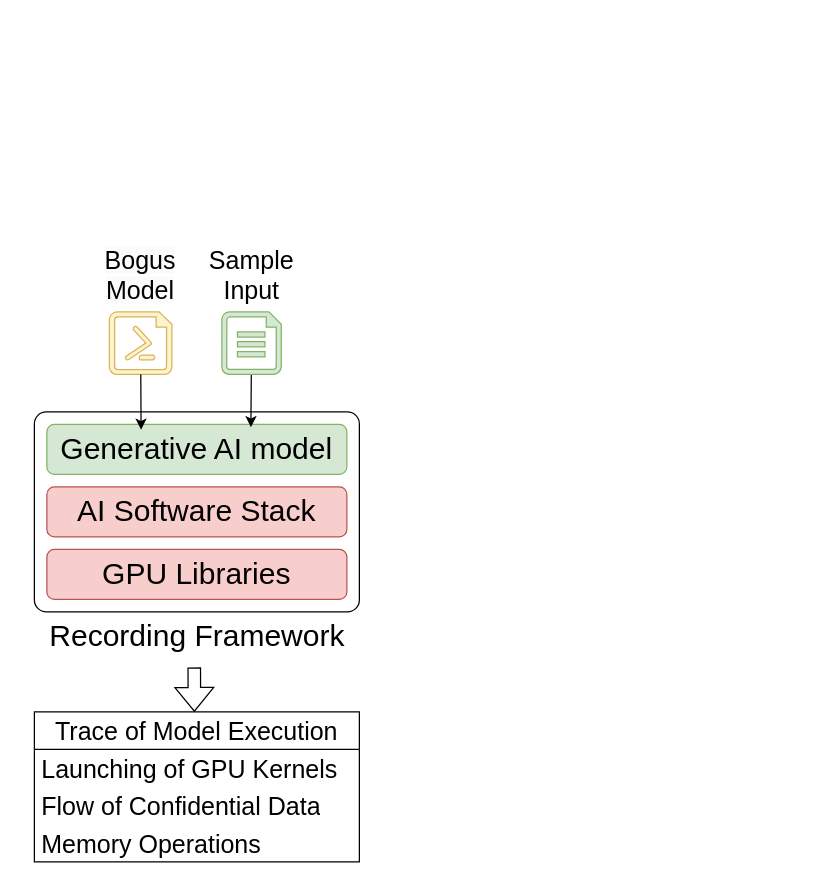
Earlier version of the draw.io diagram page "design" (3 of 3) of ConfidentialComputing/confAI_current.drawio (ya0guang/researches). Source tidied: cells renumbered, new cells numbered last; positions are measured from the earlier drawing's top-left corner, leaving out a move shared by most shapes. Both pictures are drawn from the tidied source at 125%, with x=0, y=0 at pixel (34, 236). Pictures stored in the file or linked from it are replaced by grey dashed boxes.
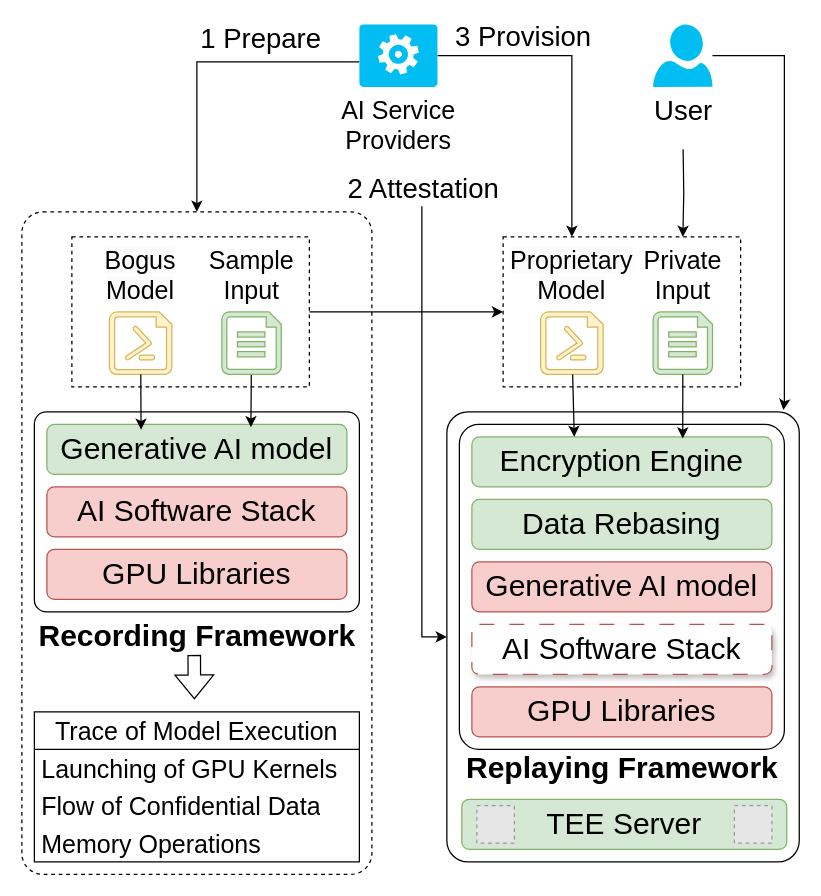
After the change.

What changed in the source:
```diff
@@
+    <mxCell id="20" style="rounded=1;whiteSpace=wrap;html=1;fillColor=none;dashed=1;arcSize=6;" parent="1" vertex="1">
+      <mxGeometry x="-10" y="-20" width="280" height="530" as="geometry" />
+    </mxCell>
+    <mxCell id="21" style="rounded=1;whiteSpace=wrap;html=1;fillColor=none;arcSize=6;" parent="1" vertex="1">
+      <mxGeometry x="330" y="140" width="281.9" height="360" as="geometry" />
+    </mxCell>
+    <mxCell id="22" style="rounded=0;whiteSpace=wrap;html=1;fillColor=none;dashed=1;" parent="1" vertex="1">
+      <mxGeometry x="375" width="190" height="120" as="geometry" />
+    </mxCell>
@@
-    <mxCell id="3" value="&lt;font style=&quot;font-size: 24px;&quot;&gt;Recording Framework&lt;/font&gt;" style="text;html=1;align=center;verticalAlign=middle;points=[];strokeColor=none;fillColor=none;" parent="1" vertex="1">
-      <mxGeometry y="300" width="260" height="40" as="geometry" />
+    <mxCell id="3" value="&lt;font style=&quot;font-size: 24px;&quot;&gt;&lt;b&gt;Recording Framework&lt;/b&gt;&lt;/font&gt;" style="text;html=1;align=center;verticalAlign=middle;points=[];strokeColor=none;fillColor=none;" parent="1" vertex="1">
+      <mxGeometry x="-10" y="300" width="280" height="40" as="geometry" />
     </mxCell>
@@
     <mxCell id="7" style="group;" parent="1" vertex="1">
-      <mxGeometry x="30" width="110" height="110" as="geometry" />
+      <mxGeometry x="30" width="200" height="160" as="geometry" />
     </mxCell>
@@
+    <mxCell id="23" style="rounded=0;whiteSpace=wrap;html=1;fillColor=none;dashed=1;" parent="7" vertex="1">
+      <mxGeometry width="190" height="120" as="geometry" />
+    </mxCell>
@@
-    <mxCell id="15" style="shape=flexArrow;endArrow=classic;html=1;rounded=0;exitX=0.492;exitY=1.11;exitDx=0;exitDy=0;exitPerimeter=0;" parent="1" edge="1" source="3">
+    <mxCell id="15" style="shape=flexArrow;endArrow=classic;html=1;rounded=0;exitX=0.492;exitY=1.11;exitDx=0;exitDy=0;exitPerimeter=0;" parent="1" edge="1">
       <mxGeometry relative="1" as="geometry">
-        <mxPoint x="128" y="380" as="targetPoint" />
+        <mxPoint x="127.9" y="334.4" as="sourcePoint" />
+        <mxPoint x="128" y="370" as="targetPoint" />
       </mxGeometry>
     </mxCell>
@@
+    <mxCell id="24" style="rounded=1;whiteSpace=wrap;html=1;fillColor=none;arcSize=6;" parent="1" vertex="1">
+      <mxGeometry x="340" y="150" width="260" height="260" as="geometry" />
+    </mxCell>
+    <mxCell id="25" value="&lt;font style=&quot;font-size: 24px;&quot;&gt;&lt;b&gt;Replaying Framework&lt;/b&gt;&lt;/font&gt;" style="text;html=1;align=center;verticalAlign=middle;strokeColor=none;fillColor=none;" parent="1" vertex="1">
+      <mxGeometry x="335" y="405" width="270" height="40" as="geometry" />
+    </mxCell>
+    <mxCell id="26" value="&lt;span style=&quot;font-size: 24px;&quot;&gt;AI Software Stack&lt;/span&gt;" style="rounded=1;whiteSpace=wrap;html=1;fillColor=#FFFFFF;strokeColor=#b85450;dashed=1;dashPattern=12 12;shadow=1;" parent="1" vertex="1">
+      <mxGeometry x="350" y="310" width="240" height="40" as="geometry" />
+    </mxCell>
+    <mxCell id="27" value="&lt;font style=&quot;font-size: 24px;&quot;&gt;Encryption Engine&lt;/font&gt;" style="rounded=1;whiteSpace=wrap;html=1;fillColor=#d5e8d4;strokeColor=#82b366;" parent="1" vertex="1">
+      <mxGeometry x="350" y="160" width="240" height="40" as="geometry" />
+    </mxCell>
+    <mxCell id="28" value="&lt;span style=&quot;font-size: 24px;&quot;&gt;GPU Libraries&lt;/span&gt;" style="rounded=1;whiteSpace=wrap;html=1;fillColor=#f8cecc;strokeColor=#b85450;" parent="1" vertex="1">
+      <mxGeometry x="350" y="360" width="240" height="40" as="geometry" />
+    </mxCell>
+    <mxCell id="29" value="&lt;font style=&quot;font-size: 24px;&quot;&gt;Generative AI model&lt;/font&gt;" style="rounded=1;whiteSpace=wrap;html=1;fillColor=#f8cecc;strokeColor=#b85450;" parent="1" vertex="1">
+      <mxGeometry x="350" y="260" width="240" height="40" as="geometry" />
+    </mxCell>
+    <mxCell id="30" style="verticalLabelPosition=bottom;html=1;verticalAlign=top;align=center;strokeColor=#d6b656;fillColor=#fff2cc;shape=mxgraph.azure.powershell_file;" parent="1" vertex="1">
+      <mxGeometry x="405" y="60" width="50" height="50" as="geometry" />
+    </mxCell>
+    <mxCell id="31" value="&lt;font style=&quot;font-size: 20px;&quot;&gt;&lt;span style=&quot;color: rgb(0, 0, 0); font-family: Helvetica; font-style: normal; font-variant-ligatures: normal; font-variant-caps: normal; font-weight: 400; letter-spacing: normal; orphans: 2; text-indent: 0px; text-transform: none; widows: 2; word-spacing: 0px; -webkit-text-stroke-width: 0px; white-space: nowrap; background-color: rgb(251, 251, 251); text-decoration-thickness: initial; text-decoration-style: initial; text-decoration-color: initial; float: none; display: inline !important;&quot;&gt;Proprietary&lt;/span&gt;&lt;br style=&quot;forced-color-adjust: none; color: rgb(0, 0, 0); font-family: Helvetica; font-style: normal; font-variant-ligatures: normal; font-variant-caps: normal; font-weight: 400; letter-spacing: normal; orphans: 2; text-indent: 0px; text-transform: none; widows: 2; word-spacing: 0px; -webkit-text-stroke-width: 0px; white-space: nowrap; background-color: rgb(251, 251, 251); text-decoration-thickness: initial; text-decoration-style: initial; text-decoration-color: initial;&quot;&gt;&lt;span style=&quot;color: rgb(0, 0, 0); font-family: Helvetica; font-style: normal; font-variant-ligatures: normal; font-variant-caps: normal; font-weight: 400; letter-spacing: normal; orphans: 2; text-indent: 0px; text-transform: none; widows: 2; word-spacing: 0px; -webkit-text-stroke-width: 0px; white-space: nowrap; background-color: rgb(251, 251, 251); text-decoration-thickness: initial; text-decoration-style: initial; text-decoration-color: initial; float: none; display: inline !important;&quot;&gt;Model&lt;/span&gt;&lt;/font&gt;" style="text;whiteSpace=wrap;html=1;align=center;" parent="1" vertex="1">
+      <mxGeometry x="375" width="110" height="60" as="geometry" />
+    </mxCell>
+    <mxCell id="32" style="group;" parent="1" vertex="1">
+      <mxGeometry x="468.8" width="100" height="110" as="geometry" />
+    </mxCell>
+    <mxCell id="33" style="verticalLabelPosition=bottom;html=1;verticalAlign=top;align=center;strokeColor=#82b366;fillColor=#d5e8d4;shape=mxgraph.azure.file;" parent="32" vertex="1">
+      <mxGeometry x="26.2" y="60" width="47.5" height="50" as="geometry" />
+    </mxCell>
+    <mxCell id="34" value="&lt;span style=&quot;font-size: 20px; text-wrap: nowrap;&quot;&gt;Private&lt;br&gt;Input&lt;/span&gt;" style="text;whiteSpace=wrap;html=1;align=center;fillColor=none;" parent="32" vertex="1">
+      <mxGeometry width="100" height="50" as="geometry" />
+    </mxCell>
+    <mxCell id="35" value="&lt;span style=&quot;font-size: 24px;&quot;&gt;TEE Server&lt;/span&gt;" style="rounded=1;whiteSpace=wrap;html=1;fillColor=#d5e8d4;strokeColor=#82b366;" parent="1" vertex="1">
+      <mxGeometry x="341.9" y="450" width="260" height="40" as="geometry" />
+    </mxCell>
+    <mxCell id="36" style="fillColor=#E6E6E6;strokeColor=#999999;dashed=1;html=1;verticalLabelPosition=bottom;labelBackgroundColor=#ffffff;verticalAlign=top;" parent="1" vertex="1">
+      <mxGeometry x="354" y="455" width="30" height="30" as="geometry" />
+    </mxCell>
+    <mxCell id="37" style="fillColor=#E6E6E6;strokeColor=#999999;dashed=1;html=1;verticalLabelPosition=bottom;labelBackgroundColor=#ffffff;verticalAlign=top;" parent="1" vertex="1">
+      <mxGeometry x="560" y="455" width="30" height="30" as="geometry" />
+    </mxCell>
+    <mxCell id="38" style="endArrow=classic;html=1;rounded=0;exitX=1;exitY=0.5;exitDx=0;exitDy=0;entryX=0;entryY=1;entryDx=0;entryDy=0;" parent="1" edge="1" source="23" target="31">
+      <mxGeometry relative="1" as="geometry" />
+    </mxCell>
+    <mxCell id="39" style="rounded=0;jettySize=auto;html=1;" parent="1" edge="1" source="30">
+      <mxGeometry relative="1" as="geometry">
+        <mxPoint x="431.9" y="160" as="targetPoint" />
+      </mxGeometry>
+    </mxCell>
+    <mxCell id="40" style="rounded=0;jettySize=auto;html=1;entryX=0.703;entryY=0.033;entryDx=0;entryDy=0;entryPerimeter=0;" parent="1" edge="1" source="33" target="27">
+      <mxGeometry relative="1" as="geometry" />
+    </mxCell>
+    <mxCell id="41" style="edgeStyle=orthogonalEdgeStyle;rounded=0;jettySize=auto;html=1;entryX=0.5;entryY=0;entryDx=0;entryDy=0;" parent="1" edge="1" source="47" target="20">
+      <mxGeometry relative="1" as="geometry">
+        <Array as="points">
+          <mxPoint x="130" y="-140" />
+        </Array>
+      </mxGeometry>
+    </mxCell>
+    <mxCell id="42" value="&lt;font style=&quot;font-size: 22px;&quot;&gt;1 Prepare&lt;/font&gt;" style="edgeLabel;html=1;align=center;verticalAlign=middle;" parent="41" vertex="1">
+      <mxGeometry x="0.38" y="-1" relative="1" as="geometry">
+        <mxPoint x="51" y="-62" as="offset" />
+      </mxGeometry>
+    </mxCell>
+    <mxCell id="43" style="edgeStyle=orthogonalEdgeStyle;rounded=0;jettySize=auto;html=1;entryX=0.5;entryY=0;entryDx=0;entryDy=0;" parent="1" edge="1" source="47" target="31">
+      <mxGeometry relative="1" as="geometry" />
+    </mxCell>
+    <mxCell id="44" value="&lt;font style=&quot;font-size: 22px;&quot;&gt;3 Provision&lt;/font&gt;" style="edgeLabel;html=1;align=center;verticalAlign=middle;" parent="43" vertex="1">
+      <mxGeometry x="0.32" y="-6" relative="1" as="geometry">
+        <mxPoint x="-34" y="-74" as="offset" />
+      </mxGeometry>
+    </mxCell>
+    <mxCell id="45" style="edgeStyle=orthogonalEdgeStyle;rounded=0;jettySize=auto;html=1;entryX=0;entryY=0.5;entryDx=0;entryDy=0;" parent="1" edge="1" target="21">
+      <mxGeometry relative="1" as="geometry">
+        <mxPoint x="310" y="-50" as="sourcePoint" />
+        <Array as="points">
+          <mxPoint x="310" y="320" />
+        </Array>
+      </mxGeometry>
+    </mxCell>
+    <mxCell id="46" value="&lt;font style=&quot;font-size: 22px;&quot;&gt;2 Attestation&lt;/font&gt;" style="edgeLabel;html=1;align=center;verticalAlign=middle;" parent="45" vertex="1">
+      <mxGeometry x="-0.78" relative="1" as="geometry">
+        <mxPoint y="-32" as="offset" />
+      </mxGeometry>
+    </mxCell>
+    <mxCell id="47" value="&lt;font style=&quot;font-size: 20px;&quot;&gt;AI Service&lt;br&gt;Providers&lt;/font&gt;" style="verticalLabelPosition=bottom;html=1;verticalAlign=top;align=center;strokeColor=none;fillColor=#00BEF2;shape=mxgraph.azure.worker_role;" parent="1" vertex="1">
+      <mxGeometry x="260" y="-170" width="62.5" height="50" as="geometry" />
+    </mxCell>
+    <mxCell id="48" style="edgeStyle=orthogonalEdgeStyle;rounded=0;jettySize=auto;html=1;entryX=0.5;entryY=0;entryDx=0;entryDy=0;" parent="1" edge="1" target="34">
+      <mxGeometry relative="1" as="geometry">
+        <mxPoint x="519" y="-70" as="sourcePoint" />
+      </mxGeometry>
+    </mxCell>
+    <mxCell id="49" value="&lt;font style=&quot;font-size: 22px;&quot;&gt;User&lt;/font&gt;" style="verticalLabelPosition=bottom;html=1;verticalAlign=top;align=center;strokeColor=none;fillColor=#00BEF2;shape=mxgraph.azure.user;" parent="1" vertex="1">
+      <mxGeometry x="495" y="-170" width="47.5" height="50" as="geometry" />
+    </mxCell>
+    <mxCell id="50" style="edgeStyle=orthogonalEdgeStyle;rounded=0;jettySize=auto;html=1;entryX=0.955;entryY=-0.004;entryDx=0;entryDy=0;entryPerimeter=0;" parent="1" edge="1" source="49" target="21">
+      <mxGeometry relative="1" as="geometry">
+        <Array as="points">
+          <mxPoint x="600" y="-145" />
+          <mxPoint x="600" y="132" />
+          <mxPoint x="599" y="132" />
+        </Array>
+      </mxGeometry>
+    </mxCell>
+    <mxCell id="51" value="&lt;span style=&quot;font-size: 24px;&quot;&gt;Data Rebasing&lt;/span&gt;" style="rounded=1;whiteSpace=wrap;html=1;fillColor=#d5e8d4;strokeColor=#82b366;" parent="1" vertex="1">
+      <mxGeometry x="350" y="210" width="240" height="40" as="geometry" />
+    </mxCell>
```
